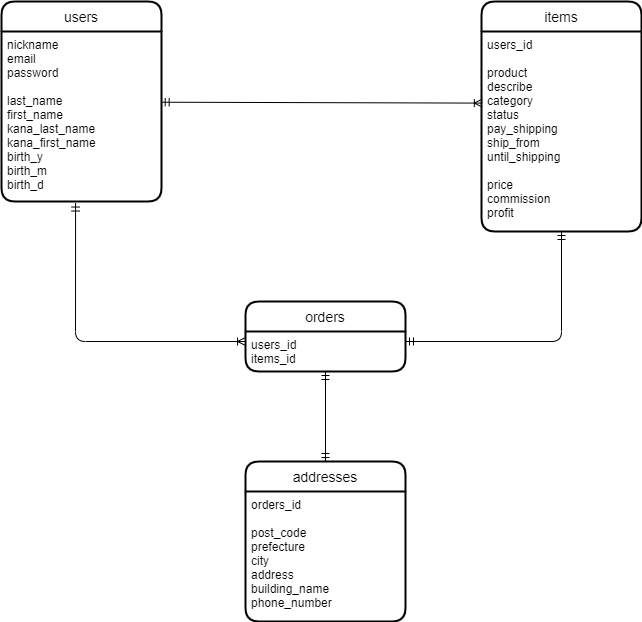
Above: ER.drawio.png in pom-suke/furima-39635 (draw.io), before the change. Source tidied: cells renumbered, new cells last; positions are measured from the earlier drawing's top-left corner, leaving out a move shared by most shapes.
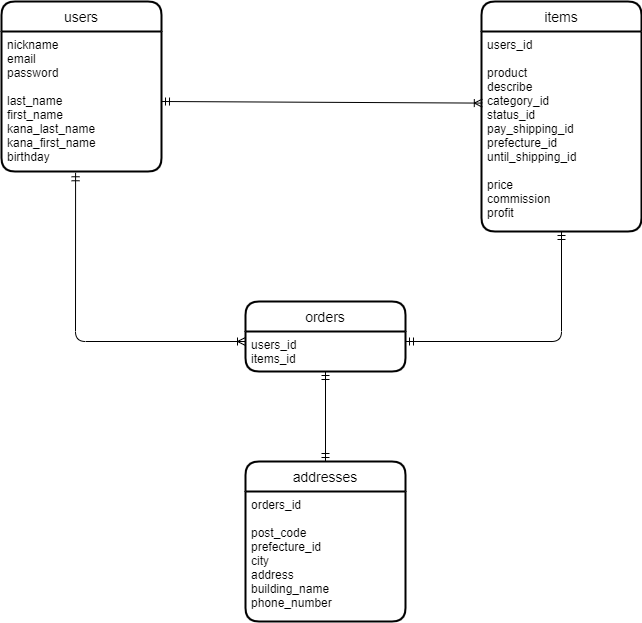
After the commit.

Commit message:
データベース設計(修正)

What changed in the source:
```diff
@@ -3,15 +3,15 @@
     <mxCell id="0" />
     <mxCell id="1" parent="0" />
     <mxCell id="2" value="users" style="swimlane;horizontal=1;startSize=30;rounded=1;fontSize=14;fontStyle=0;strokeWidth=2;shadow=0;dashed=0;align=center;" parent="1" vertex="1">
-      <mxGeometry width="160" height="200" as="geometry" />
+      <mxGeometry width="160" height="170" as="geometry" />
     </mxCell>
-    <mxCell id="3" value="nickname&#10;email&#10;password&#10;&#10;last_name&#10;first_name&#10;kana_last_name&#10;kana_first_name&#10;birth_y&#10;birth_m&#10;birth_d" style="align=left;strokeColor=none;fillColor=none;spacingLeft=4;fontSize=12;verticalAlign=top;" parent="2" vertex="1">
-      <mxGeometry y="30" width="160" height="170" as="geometry" />
+    <mxCell id="3" value="nickname&#10;email&#10;password&#10;&#10;last_name&#10;first_name&#10;kana_last_name&#10;kana_first_name&#10;birthday" style="align=left;strokeColor=none;fillColor=none;spacingLeft=4;fontSize=12;verticalAlign=top;" parent="2" vertex="1">
+      <mxGeometry y="30" width="160" height="140" as="geometry" />
     </mxCell>
     <mxCell id="4" value="items" style="swimlane;horizontal=1;startSize=30;rounded=1;fontSize=14;fontStyle=0;strokeWidth=2;shadow=0;dashed=0;align=center;" parent="1" vertex="1">
       <mxGeometry x="480" width="160" height="230" as="geometry" />
     </mxCell>
-    <mxCell id="5" value="users_id&#10;&#10;product&#10;describe&#10;category&#10;status&#10;pay_shipping&#10;ship_from&#10;until_shipping&#10;&#10;price&#10;commission&#10;profit" style="align=left;strokeColor=none;fillColor=none;spacingLeft=4;fontSize=12;verticalAlign=top;" parent="4" vertex="1">
+    <mxCell id="5" value="users_id&#10;&#10;product&#10;describe&#10;category_id&#10;status_id&#10;pay_shipping_id&#10;prefecture_id&#10;until_shipping_id&#10;&#10;price&#10;commission&#10;profit" style="align=left;strokeColor=none;fillColor=none;spacingLeft=4;fontSize=12;verticalAlign=top;" parent="4" vertex="1">
       <mxGeometry y="30" width="160" height="200" as="geometry" />
     </mxCell>
     <mxCell id="6" value="orders" style="swimlane;horizontal=1;startSize=30;rounded=1;fontSize=14;fontStyle=0;strokeWidth=2;shadow=0;dashed=0;align=center;" parent="1" vertex="1">
@@ -23,7 +23,7 @@
     <mxCell id="8" value="addresses" style="swimlane;horizontal=1;startSize=30;rounded=1;fontSize=14;fontStyle=0;strokeWidth=2;shadow=0;dashed=0;align=center;" parent="1" vertex="1">
       <mxGeometry x="244" y="460" width="160" height="160" as="geometry" />
     </mxCell>
-    <mxCell id="9" value="orders_id&#10;&#10;post_code&#10;prefecture&#10;city&#10;address&#10;building_name&#10;phone_number" style="align=left;strokeColor=none;fillColor=none;spacingLeft=4;fontSize=12;verticalAlign=top;" parent="8" vertex="1">
+    <mxCell id="9" value="orders_id&#10;&#10;post_code&#10;prefecture_id&#10;city&#10;address&#10;building_name&#10;phone_number" style="align=left;strokeColor=none;fillColor=none;spacingLeft=4;fontSize=12;verticalAlign=top;" parent="8" vertex="1">
       <mxGeometry y="30" width="160" height="130" as="geometry" />
     </mxCell>
     <mxCell id="10" style="fontSize=12;html=1;endArrow=ERmandOne;startArrow=ERmandOne;exitX=0.5;exitY=1;exitDx=0;exitDy=0;entryX=0.5;entryY=0;entryDx=0;entryDy=0;" parent="1" edge="1" source="7" target="8">
@@ -43,7 +43,7 @@
         </Array>
       </mxGeometry>
     </mxCell>
-    <mxCell id="13" style="fontSize=12;html=1;endArrow=ERoneToMany;startArrow=ERmandOne;jumpSize=7;exitX=0.998;exitY=0.416;exitDx=0;exitDy=0;exitPerimeter=0;entryX=0.005;entryY=0.358;entryDx=0;entryDy=0;entryPerimeter=0;" parent="1" edge="1" source="3" target="5">
+    <mxCell id="13" style="fontSize=12;html=1;endArrow=ERoneToMany;startArrow=ERmandOne;jumpSize=7;exitX=1;exitY=0.5;exitDx=0;exitDy=0;entryX=0.005;entryY=0.358;entryDx=0;entryDy=0;entryPerimeter=0;" parent="1" edge="1" source="3" target="5">
       <mxGeometry relative="1" as="geometry" />
     </mxCell>
   </root>
```
